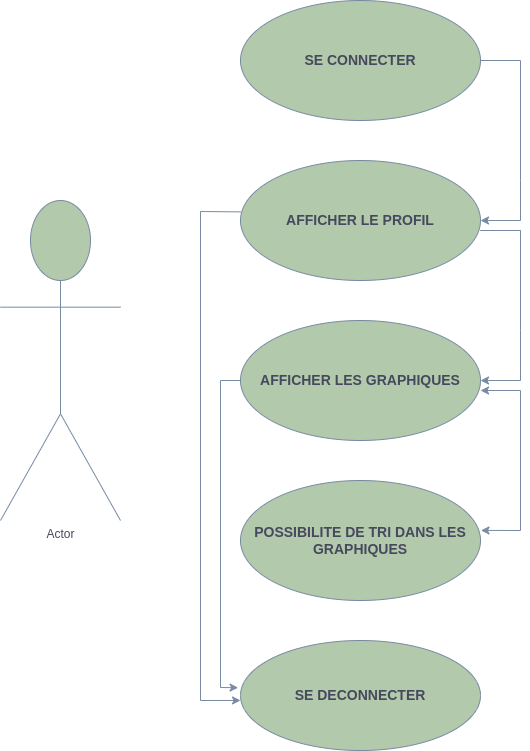
This is Diagramme de cas d'utilisation.drawio.png from tdocarmo/graphql, a draw.io export, as it was before one commit. Source tidied: cells renumbered, new cells last; positions are measured from the earlier drawing's top-left corner, leaving out a move shared by most shapes. Its diagram source:
```xml
<mxGraphModel>
  <root>
    <mxCell id="0" />
    <mxCell id="1" parent="0" />
    <mxCell id="2" value="Actor" style="shape=umlActor;verticalLabelPosition=bottom;verticalAlign=top;html=1;outlineConnect=0;labelBackgroundColor=none;fillColor=#B2C9AB;strokeColor=#788AA3;fontColor=#46495D;" parent="1" vertex="1">
      <mxGeometry y="200" width="120" height="320" as="geometry" />
    </mxCell>
    <mxCell id="3" value="&lt;font style=&quot;font-size: 14px;&quot;&gt;&lt;b&gt;SE CONNECTER&lt;/b&gt;&lt;/font&gt;" style="ellipse;whiteSpace=wrap;html=1;labelBackgroundColor=none;fillColor=#B2C9AB;strokeColor=#788AA3;fontColor=#46495D;" parent="1" vertex="1">
      <mxGeometry x="240" width="240" height="120" as="geometry" />
    </mxCell>
    <mxCell id="4" value="&lt;font style=&quot;font-size: 14px;&quot;&gt;&lt;b&gt;POSSIBILITE DE TRI DANS LES GRAPHIQUES&lt;/b&gt;&lt;/font&gt;" style="ellipse;whiteSpace=wrap;html=1;labelBackgroundColor=none;fillColor=#B2C9AB;strokeColor=#788AA3;fontColor=#46495D;" parent="1" vertex="1">
      <mxGeometry x="240" y="480" width="240" height="120" as="geometry" />
    </mxCell>
    <mxCell id="5" value="&lt;b&gt;&lt;font style=&quot;font-size: 14px;&quot;&gt;SE DECONNECTER&lt;/font&gt;&lt;/b&gt;" style="ellipse;whiteSpace=wrap;html=1;labelBackgroundColor=none;fillColor=#B2C9AB;strokeColor=#788AA3;fontColor=#46495D;" parent="1" vertex="1">
      <mxGeometry x="240" y="640" width="240" height="110" as="geometry" />
    </mxCell>
    <mxCell id="6" value="&lt;font style=&quot;font-size: 14px;&quot;&gt;&lt;b&gt;AFFICHER LES GRAPHIQUES&lt;/b&gt;&lt;/font&gt;" style="ellipse;whiteSpace=wrap;html=1;labelBackgroundColor=none;fillColor=#B2C9AB;strokeColor=#788AA3;fontColor=#46495D;" parent="1" vertex="1">
      <mxGeometry x="240" y="320" width="240" height="120" as="geometry" />
    </mxCell>
    <mxCell id="7" value="&lt;font style=&quot;font-size: 14px;&quot;&gt;&lt;b&gt;AFFICHER LE PROFIL&lt;/b&gt;&lt;/font&gt;" style="ellipse;whiteSpace=wrap;html=1;labelBackgroundColor=none;fillColor=#B2C9AB;strokeColor=#788AA3;fontColor=#46495D;" parent="1" vertex="1">
      <mxGeometry x="240" y="160" width="240" height="120" as="geometry" />
    </mxCell>
    <mxCell id="8" style="endArrow=classic;html=1;rounded=0;exitX=1;exitY=0.5;exitDx=0;exitDy=0;entryX=1;entryY=0.5;entryDx=0;entryDy=0;labelBackgroundColor=none;strokeColor=#788AA3;fontColor=default;" parent="1" edge="1" source="3" target="7">
      <mxGeometry relative="1" as="geometry">
        <Array as="points">
          <mxPoint x="520" y="60" />
          <mxPoint x="520" y="180" />
          <mxPoint x="520" y="220" />
        </Array>
      </mxGeometry>
    </mxCell>
    <mxCell id="9" style="endArrow=classic;html=1;rounded=0;entryX=1;entryY=0.5;entryDx=0;entryDy=0;labelBackgroundColor=none;strokeColor=#788AA3;fontColor=default;" parent="1" edge="1" target="6">
      <mxGeometry relative="1" as="geometry">
        <mxPoint x="520" y="230" as="sourcePoint" />
        <Array as="points">
          <mxPoint x="480" y="230" />
          <mxPoint x="520" y="230" />
          <mxPoint x="520" y="330" />
          <mxPoint x="520" y="380" />
        </Array>
      </mxGeometry>
    </mxCell>
    <mxCell id="10" style="endArrow=classic;startArrow=classic;html=1;rounded=0;exitX=1.002;exitY=0.416;exitDx=0;exitDy=0;exitPerimeter=0;labelBackgroundColor=none;strokeColor=#788AA3;fontColor=default;" parent="1" edge="1" source="4">
      <mxGeometry relative="1" as="geometry">
        <mxPoint x="480" y="390" as="targetPoint" />
        <Array as="points">
          <mxPoint x="520" y="530" />
          <mxPoint x="520" y="390" />
        </Array>
      </mxGeometry>
    </mxCell>
    <mxCell id="11" style="endArrow=classic;html=1;rounded=0;entryX=0;entryY=0.545;entryDx=0;entryDy=0;entryPerimeter=0;exitX=0;exitY=0.5;exitDx=0;exitDy=0;labelBackgroundColor=none;strokeColor=#788AA3;fontColor=default;" parent="1" edge="1" target="5">
      <mxGeometry relative="1" as="geometry">
        <mxPoint x="240" y="211.4" as="sourcePoint" />
        <Array as="points">
          <mxPoint x="200" y="211" />
          <mxPoint x="200" y="381.4" />
          <mxPoint x="200" y="700" />
        </Array>
      </mxGeometry>
    </mxCell>
    <mxCell id="12" style="endArrow=classic;html=1;rounded=0;entryX=-0.01;entryY=0.429;entryDx=0;entryDy=0;entryPerimeter=0;exitX=0;exitY=0.5;exitDx=0;exitDy=0;labelBackgroundColor=none;strokeColor=#788AA3;fontColor=default;" parent="1" edge="1" source="6" target="5">
      <mxGeometry relative="1" as="geometry">
        <Array as="points">
          <mxPoint x="220" y="380" />
          <mxPoint x="220" y="687" />
        </Array>
      </mxGeometry>
    </mxCell>
  </root>
</mxGraphModel>
```
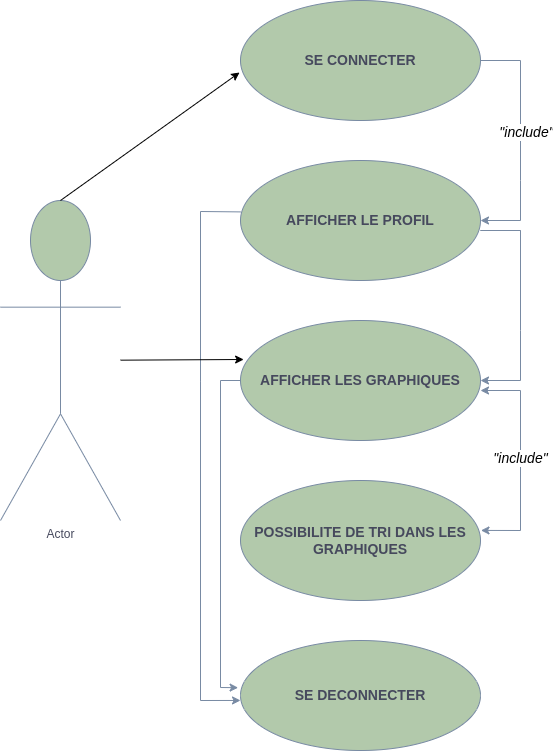
The same diagram one commit later.

Commit message:
diagramme de cas d'utilisation

Diff of the diagram source:
```diff
@@ -29,6 +29,9 @@
         </Array>
       </mxGeometry>
     </mxCell>
+    <mxCell id="13" value="&lt;font style=&quot;font-size: 14px;&quot;&gt;&lt;i&gt;&quot;include&quot;&lt;/i&gt;&lt;/font&gt;" style="edgeLabel;html=1;align=center;verticalAlign=middle;" parent="8" vertex="1">
+      <mxGeometry x="-0.07" y="5" relative="1" as="geometry" />
+    </mxCell>
     <mxCell id="9" style="endArrow=classic;html=1;rounded=0;entryX=1;entryY=0.5;entryDx=0;entryDy=0;labelBackgroundColor=none;strokeColor=#788AA3;fontColor=default;" parent="1" edge="1" target="6">
       <mxGeometry relative="1" as="geometry">
         <mxPoint x="520" y="230" as="sourcePoint" />
@@ -49,6 +52,9 @@
         </Array>
       </mxGeometry>
     </mxCell>
+    <mxCell id="14" value="&lt;font style=&quot;font-size: 14px;&quot;&gt;&lt;i&gt;&quot;include&quot;&lt;/i&gt;&lt;/font&gt;" style="edgeLabel;html=1;align=center;verticalAlign=middle;" parent="10" vertex="1">
+      <mxGeometry x="0.02" y="1" relative="1" as="geometry" />
+    </mxCell>
     <mxCell id="11" style="endArrow=classic;html=1;rounded=0;entryX=0;entryY=0.545;entryDx=0;entryDy=0;entryPerimeter=0;exitX=0;exitY=0.5;exitDx=0;exitDy=0;labelBackgroundColor=none;strokeColor=#788AA3;fontColor=default;" parent="1" edge="1" target="5">
       <mxGeometry relative="1" as="geometry">
         <mxPoint x="240" y="211.4" as="sourcePoint" />
@@ -67,5 +73,11 @@
         </Array>
       </mxGeometry>
     </mxCell>
+    <mxCell id="15" style="endArrow=classic;html=1;rounded=0;entryX=-0.004;entryY=0.6;entryDx=0;entryDy=0;entryPerimeter=0;exitX=0.5;exitY=0;exitDx=0;exitDy=0;exitPerimeter=0;" parent="1" edge="1" source="2" target="3">
+      <mxGeometry relative="1" as="geometry" />
+    </mxCell>
+    <mxCell id="16" style="endArrow=classic;html=1;rounded=0;entryX=0.013;entryY=0.325;entryDx=0;entryDy=0;entryPerimeter=0;" parent="1" edge="1" source="2" target="6">
+      <mxGeometry relative="1" as="geometry" />
+    </mxCell>
   </root>
 </mxGraphModel>
```
